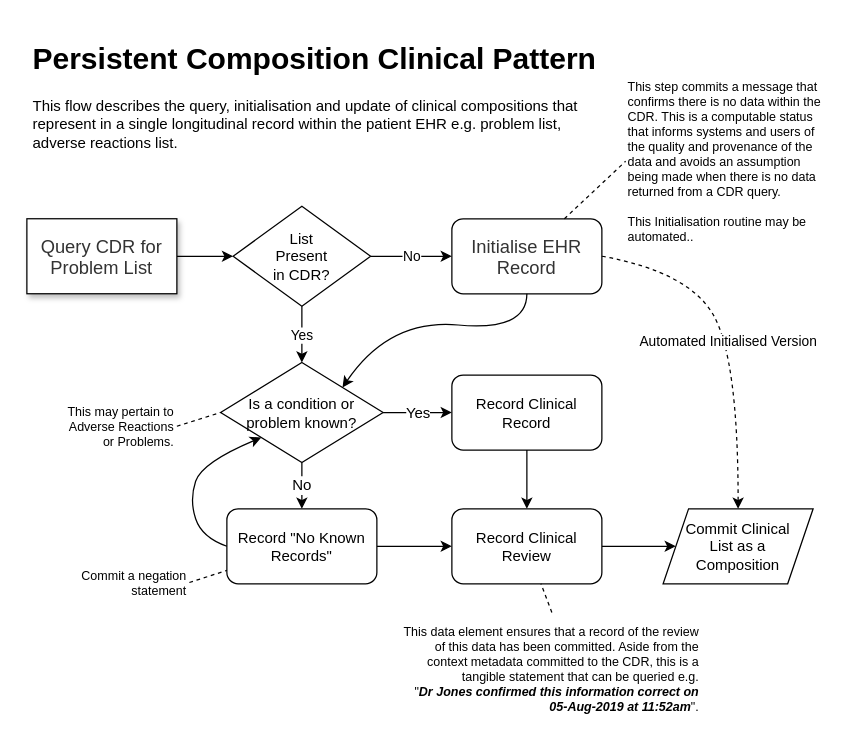
johnmeredith/OpenEHR-NWIS-Pilot keeps this draw.io diagram as Persistent Clinical Composition Pattern.drawio. Above is the earlier version. Source tidied: cells renumbered, new cells numbered last; positions are measured from the earlier drawing's top-left corner, leaving out a move shared by most shapes. Both pictures are drawn from the tidied source at 125%, with x=0, y=0 at pixel (26, 34).
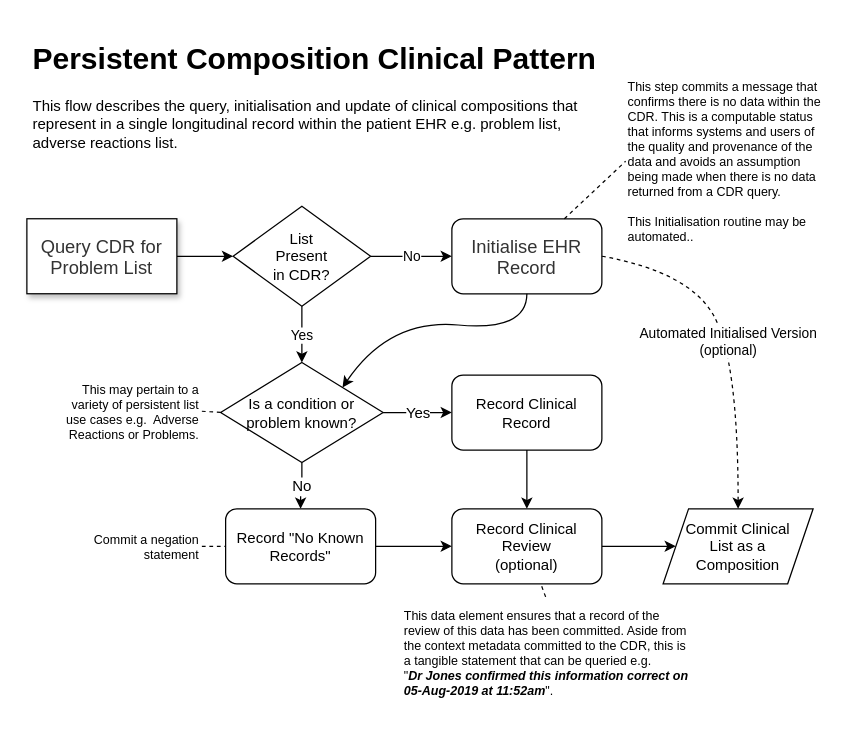
The same diagram, later.

Unchanged cells that the change refers to:
```xml
<mxCell id="4" value="&lt;span style=&quot;font-size: 11.0pt ; line-height: 115% ; font-family: &amp;#34;arial&amp;#34; , sans-serif ; color: #333333&quot;&gt;Initialise EHR Record&lt;/span&gt;" style="rounded=1;whiteSpace=wrap;html=1;" parent="1" vertex="1">
  <mxGeometry x="340" y="147.5" width="120" height="60" as="geometry" />
</mxCell>
<mxCell id="12" value="Is a condition or problem known?" style="rhombus;whiteSpace=wrap;html=1;" parent="1" vertex="1">
  <mxGeometry x="155" y="262.5" width="130" height="80" as="geometry" />
</mxCell>
<mxCell id="26" value="&lt;span style=&quot;white-space: normal&quot;&gt;Commit Clinical &lt;br&gt;List as a &lt;br&gt;Composition&lt;/span&gt;" style="shape=parallelogram;perimeter=parallelogramPerimeter;whiteSpace=wrap;html=1;size=0.1696969696969697;" parent="1" vertex="1">
  <mxGeometry x="509" y="379.5" width="120" height="60" as="geometry" />
</mxCell>
```

What changed in the source:
```diff
@@
-    <mxCell id="13" value="This may pertain to Adverse Reactions or Problems." style="text;html=1;strokeColor=none;fillColor=none;align=right;verticalAlign=middle;whiteSpace=wrap;rounded=0;fontSize=10;" parent="1" vertex="1">
-      <mxGeometry x="30" y="284.5" width="90" height="58" as="geometry" />
+    <mxCell id="13" value="This may pertain to a variety of persistent list use cases e.g.&amp;nbsp; Adverse Reactions or Problems." style="text;html=1;strokeColor=none;fillColor=none;align=right;verticalAlign=middle;whiteSpace=wrap;rounded=0;fontSize=10;" parent="1" vertex="1">
+      <mxGeometry x="20" y="272.5" width="120" height="58" as="geometry" />
     </mxCell>
@@
     <mxCell id="15" value="Record &quot;No Known Records&quot;" style="rounded=1;whiteSpace=wrap;html=1;fontSize=12;align=center;" parent="1" vertex="1">
-      <mxGeometry x="160" y="379.5" width="120" height="60" as="geometry" />
+      <mxGeometry x="159" y="379.5" width="120" height="60" as="geometry" />
     </mxCell>
-    <mxCell id="16" style="curved=1;endArrow=classic;html=1;fontSize=12;entryX=0;entryY=1;entryDx=0;entryDy=0;exitX=0;exitY=0.5;exitDx=0;exitDy=0;" parent="1" edge="1" source="15" target="12">
-      <mxGeometry relative="1" as="geometry">
-        <Array as="points">
-          <mxPoint x="140" y="402.5" />
-          <mxPoint x="130" y="372.5" />
-          <mxPoint x="140" y="342.5" />
-        </Array>
-      </mxGeometry>
-    </mxCell>
@@
     <mxCell id="20" value="Commit a negation statement" style="text;html=1;strokeColor=none;fillColor=none;align=right;verticalAlign=middle;whiteSpace=wrap;rounded=0;fontSize=10;" parent="1" vertex="1">
-      <mxGeometry x="40" y="414.5" width="90" height="48" as="geometry" />
+      <mxGeometry x="50" y="385.5" width="90" height="48" as="geometry" />
     </mxCell>
@@
-    <mxCell id="23" value="Record Clinical Review" style="rounded=1;whiteSpace=wrap;html=1;fontSize=12;align=center;" parent="1" vertex="1">
+    <mxCell id="23" value="Record Clinical Review&lt;br&gt;(optional)" style="rounded=1;whiteSpace=wrap;html=1;fontSize=12;align=center;" parent="1" vertex="1">
       <mxGeometry x="340" y="379.5" width="120" height="60" as="geometry" />
     </mxCell>
-    <mxCell id="24" value="This data element ensures that a record of the review of this data has been committed. Aside from the context metadata committed to the CDR, this is a tangible statement that can be queried e.g. &lt;br&gt;&quot;&lt;b style=&quot;font-style: italic&quot;&gt;Dr Jones confirmed this information correct on 05-Aug-2019 at 11:52am&lt;/b&gt;&quot;." style="text;html=1;strokeColor=none;fillColor=none;align=right;verticalAlign=middle;whiteSpace=wrap;rounded=0;fontSize=10;" parent="1" vertex="1">
-      <mxGeometry x="300" y="462.5" width="240" height="90" as="geometry" />
+    <mxCell id="24" value="This data element ensures that a record of the review of this data has been committed. Aside from the context metadata committed to the CDR, this is a tangible statement that can be queried e.g. &lt;br&gt;&quot;&lt;b style=&quot;font-style: italic&quot;&gt;Dr Jones confirmed this information correct on 05-Aug-2019 at 11:52am&lt;/b&gt;&quot;." style="text;html=1;strokeColor=none;fillColor=none;align=left;verticalAlign=middle;whiteSpace=wrap;rounded=0;fontSize=10;" parent="1" vertex="1">
+      <mxGeometry x="300" y="450" width="230" height="90" as="geometry" />
     </mxCell>
@@
-    <mxCell id="29" value="Automated Initialised Version" style="curved=1;endArrow=classic;html=1;entryX=0.5;entryY=0;entryDx=0;entryDy=0;exitX=1;exitY=0.5;exitDx=0;exitDy=0;dashed=1;" parent="1" edge="1" source="4" target="26">
+    <mxCell id="29" value="Automated Initialised Version&lt;br&gt;(optional)" style="curved=1;endArrow=classic;html=1;entryX=0.5;entryY=0;entryDx=0;entryDy=0;exitX=1;exitY=0.5;exitDx=0;exitDy=0;dashed=1;" parent="1" edge="1" source="4" target="26">
       <mxGeometry relative="1" as="geometry">
         <Array as="points">
           <mxPoint x="530" y="190" />
           <mxPoint x="569" y="260" />
         </Array>
       </mxGeometry>
     </mxCell>
```
